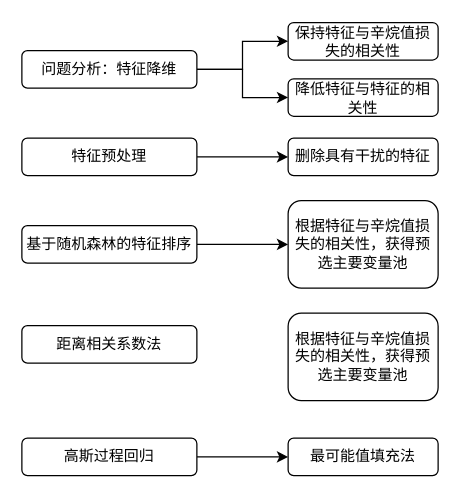
This is 数模2.drawio from wennieWN/UML, a draw.io file, before an edit. Source tidied: cells renumbered, new cells numbered last; positions are measured from the earlier drawing's top-left corner, leaving out a move shared by most shapes. Both pictures are drawn from the tidied source at 125%, with x=0, y=0 at pixel (21, 22).
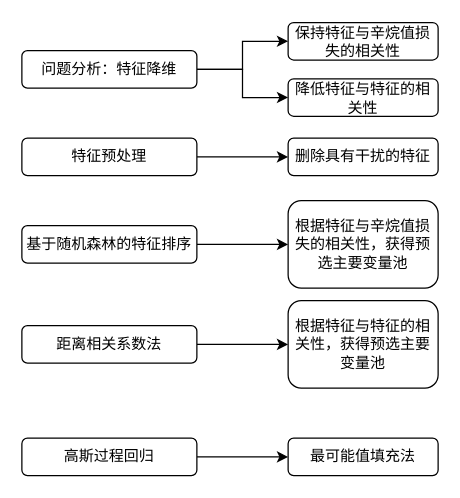
The same page after the edit.

Change to the diagram source:
```diff
@@
 <mxGraphModel>
   <root>
     <mxCell id="0" />
     <mxCell id="1" parent="0" />
     <mxCell id="2" style="edgeStyle=orthogonalEdgeStyle;rounded=0;jettySize=auto;html=1;entryX=0;entryY=0.5;entryDx=0;entryDy=0;" parent="1" edge="1" source="3" target="11">
       <mxGeometry relative="1" as="geometry" />
     </mxCell>
     <mxCell id="3" value="特征预处理" style="rounded=1;whiteSpace=wrap;html=1;fontFamily=Times New Roman;" parent="1" vertex="1">
       <mxGeometry y="92" width="140" height="30" as="geometry" />
     </mxCell>
     <mxCell id="4" style="edgeStyle=orthogonalEdgeStyle;rounded=0;jettySize=auto;html=1;entryX=0;entryY=0.5;entryDx=0;entryDy=0;fontFamily=Times New Roman;" parent="1" edge="1" source="5" target="10">
       <mxGeometry relative="1" as="geometry" />
     </mxCell>
     <mxCell id="5" value="基于随机森林的特征排序" style="rounded=1;whiteSpace=wrap;html=1;fontFamily=Times New Roman;" parent="1" vertex="1">
       <mxGeometry y="162" width="140" height="30" as="geometry" />
     </mxCell>
+    <mxCell id="18" style="edgeStyle=orthogonalEdgeStyle;rounded=0;jettySize=auto;html=1;entryX=0;entryY=0.5;entryDx=0;entryDy=0;" parent="1" edge="1" source="6" target="12">
+      <mxGeometry relative="1" as="geometry" />
+    </mxCell>
     <mxCell id="6" value="距离相关系数法" style="rounded=1;whiteSpace=wrap;html=1;fontFamily=Times New Roman;" parent="1" vertex="1">
       <mxGeometry y="242" width="140" height="30" as="geometry" />
     </mxCell>
     <mxCell id="7" style="edgeStyle=orthogonalEdgeStyle;rounded=0;jettySize=auto;html=1;entryX=0;entryY=0.5;entryDx=0;entryDy=0;fontFamily=Times New Roman;" parent="1" edge="1" source="8" target="9">
       <mxGeometry relative="1" as="geometry" />
     </mxCell>
     <mxCell id="8" value="高斯过程回归" style="rounded=1;whiteSpace=wrap;html=1;fontFamily=Times New Roman;" parent="1" vertex="1">
       <mxGeometry y="332" width="140" height="30" as="geometry" />
     </mxCell>
     <mxCell id="9" value="最可能值填充法" style="rounded=1;whiteSpace=wrap;html=1;fontFamily=Times New Roman;" parent="1" vertex="1">
       <mxGeometry x="213" y="332" width="120" height="30" as="geometry" />
     </mxCell>
     <mxCell id="10" value="根据特征与辛烷值损失的相关性，获得预选主要变量池" style="rounded=1;whiteSpace=wrap;html=1;fontFamily=Times New Roman;" parent="1" vertex="1">
       <mxGeometry x="213" y="142" width="120" height="70" as="geometry" />
     </mxCell>
     <mxCell id="11" value="删除具有干扰的特征" style="rounded=1;whiteSpace=wrap;html=1;fontFamily=Times New Roman;" parent="1" vertex="1">
       <mxGeometry x="213" y="92" width="120" height="30" as="geometry" />
     </mxCell>
-    <mxCell id="12" value="根据特征与辛烷值损失的相关性，获得预选主要变量池" style="rounded=1;whiteSpace=wrap;html=1;fontFamily=Times New Roman;" parent="1" vertex="1">
-      <mxGeometry x="213" y="232" width="120" height="70" as="geometry" />
+    <mxCell id="12" value="根据特征与特征的相关性，获得预选主要变量池" style="rounded=1;whiteSpace=wrap;html=1;fontFamily=Times New Roman;" parent="1" vertex="1">
+      <mxGeometry x="213" y="222" width="120" height="70" as="geometry" />
     </mxCell>
     <mxCell id="13" style="edgeStyle=orthogonalEdgeStyle;rounded=0;jettySize=auto;html=1;entryX=0;entryY=0.5;entryDx=0;entryDy=0;" parent="1" edge="1" source="15" target="17">
       <mxGeometry relative="1" as="geometry" />
     </mxCell>
     <mxCell id="14" style="edgeStyle=orthogonalEdgeStyle;rounded=0;jettySize=auto;html=1;entryX=0;entryY=0.5;entryDx=0;entryDy=0;" parent="1" edge="1" source="15" target="16">
       <mxGeometry relative="1" as="geometry" />
     </mxCell>
     <mxCell id="15" value="问题分析：特征降维" style="rounded=1;whiteSpace=wrap;html=1;fontFamily=Times New Roman;" parent="1" vertex="1">
       <mxGeometry y="22" width="140" height="30" as="geometry" />
     </mxCell>
     <mxCell id="16" value="降低特征与特征的相关性" style="rounded=1;whiteSpace=wrap;html=1;fontFamily=Times New Roman;" parent="1" vertex="1">
       <mxGeometry x="213" y="44.5" width="120" height="30" as="geometry" />
     </mxCell>
     <mxCell id="17" value="保持特征与辛烷值损失的相关性" style="rounded=1;whiteSpace=wrap;html=1;fontFamily=Times New Roman;" parent="1" vertex="1">
       <mxGeometry x="213" y="-0.5" width="120" height="30" as="geometry" />
     </mxCell>
   </root>
 </mxGraphModel>
```
